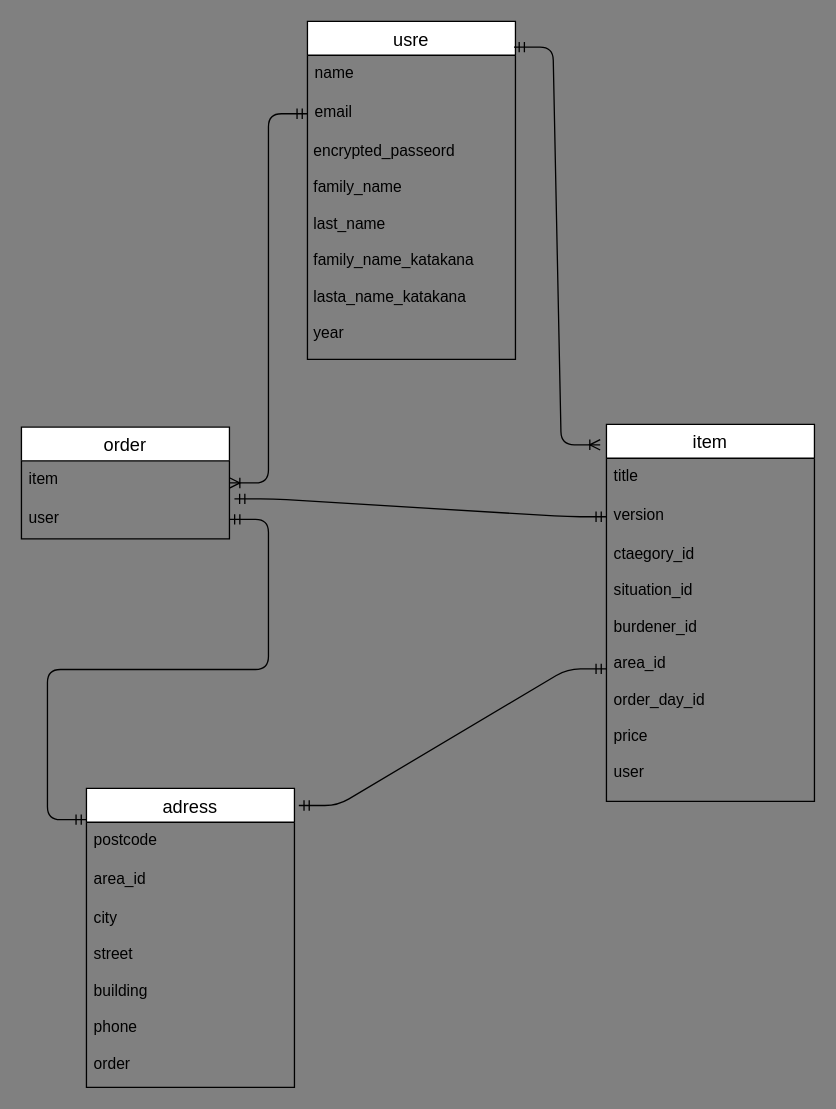
Earlier version of the draw.io diagram furima.dio (hiro-os/furima-36715). Source tidied: cells renumbered, new cells numbered last; positions are measured from the earlier drawing's top-left corner, leaving out a move shared by most shapes. Both pictures are drawn from the tidied source at 130%, with x=0, y=0 at pixel (21, 21).
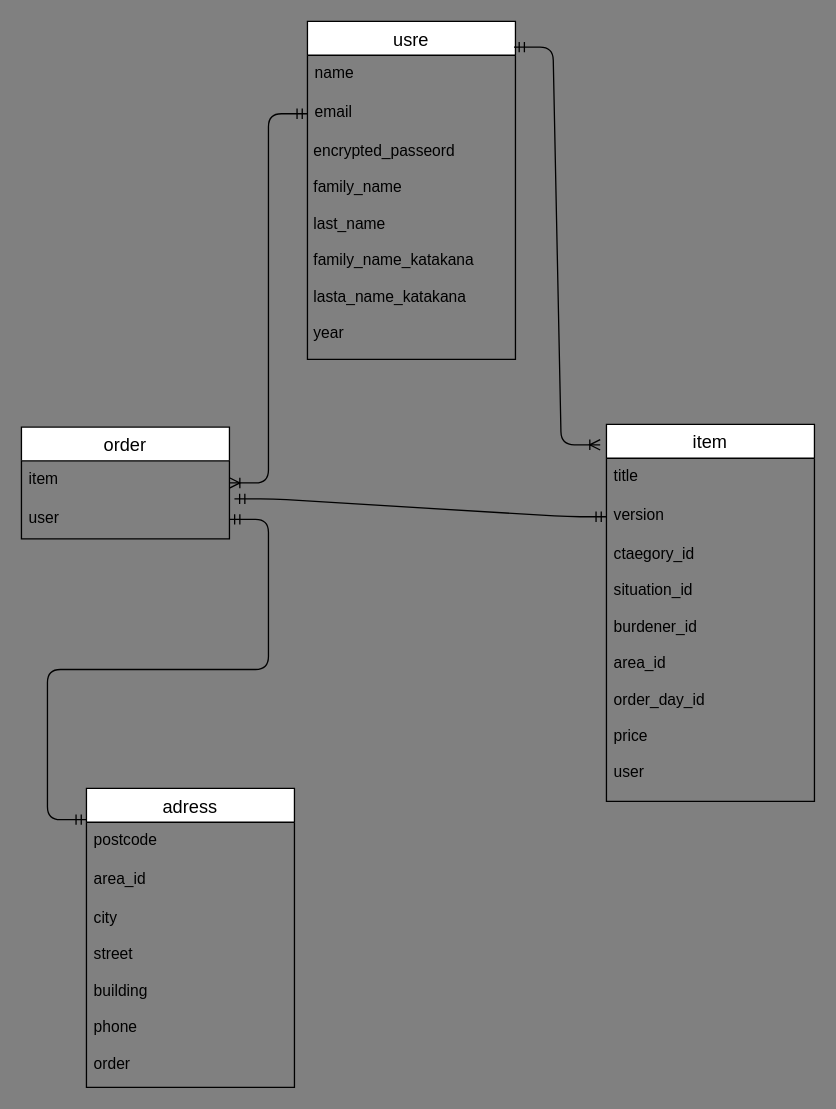
After the change.

Unchanged cells that the change refers to:
```xml
<mxCell id="11" value="ctaegory_id&#10;&#10;situation_id&#10;&#10;burdener_id&#10;&#10;area_id&#10;&#10;order_day_id&#10;&#10;price&#10;&#10;user" style="text;strokeColor=none;fillColor=none;spacingLeft=4;spacingRight=4;overflow=hidden;points=[[0,0.5],[1,0.5]];portConstraint=eastwest;fontSize=12;" parent="8" vertex="1">
  <mxGeometry y="86" width="160" height="204" as="geometry" />
</mxCell>
<mxCell id="15" value="adress" style="swimlane;fontStyle=0;horizontal=1;startSize=26;align=center;fontSize=14;" parent="1" vertex="1">
  <mxGeometry x="50" y="590" width="160" height="230" as="geometry" />
</mxCell>
```

Change to the diagram source:
```diff
@@
-    <mxCell id="23" style="edgeStyle=entityRelationEdgeStyle;fontSize=12;html=1;endArrow=ERmandOne;startArrow=ERmandOne;exitX=1.021;exitY=0.057;exitDx=0;exitDy=0;exitPerimeter=0;" parent="1" edge="1" source="15" target="11">
-      <mxGeometry relative="1" as="geometry" />
-    </mxCell>
```
